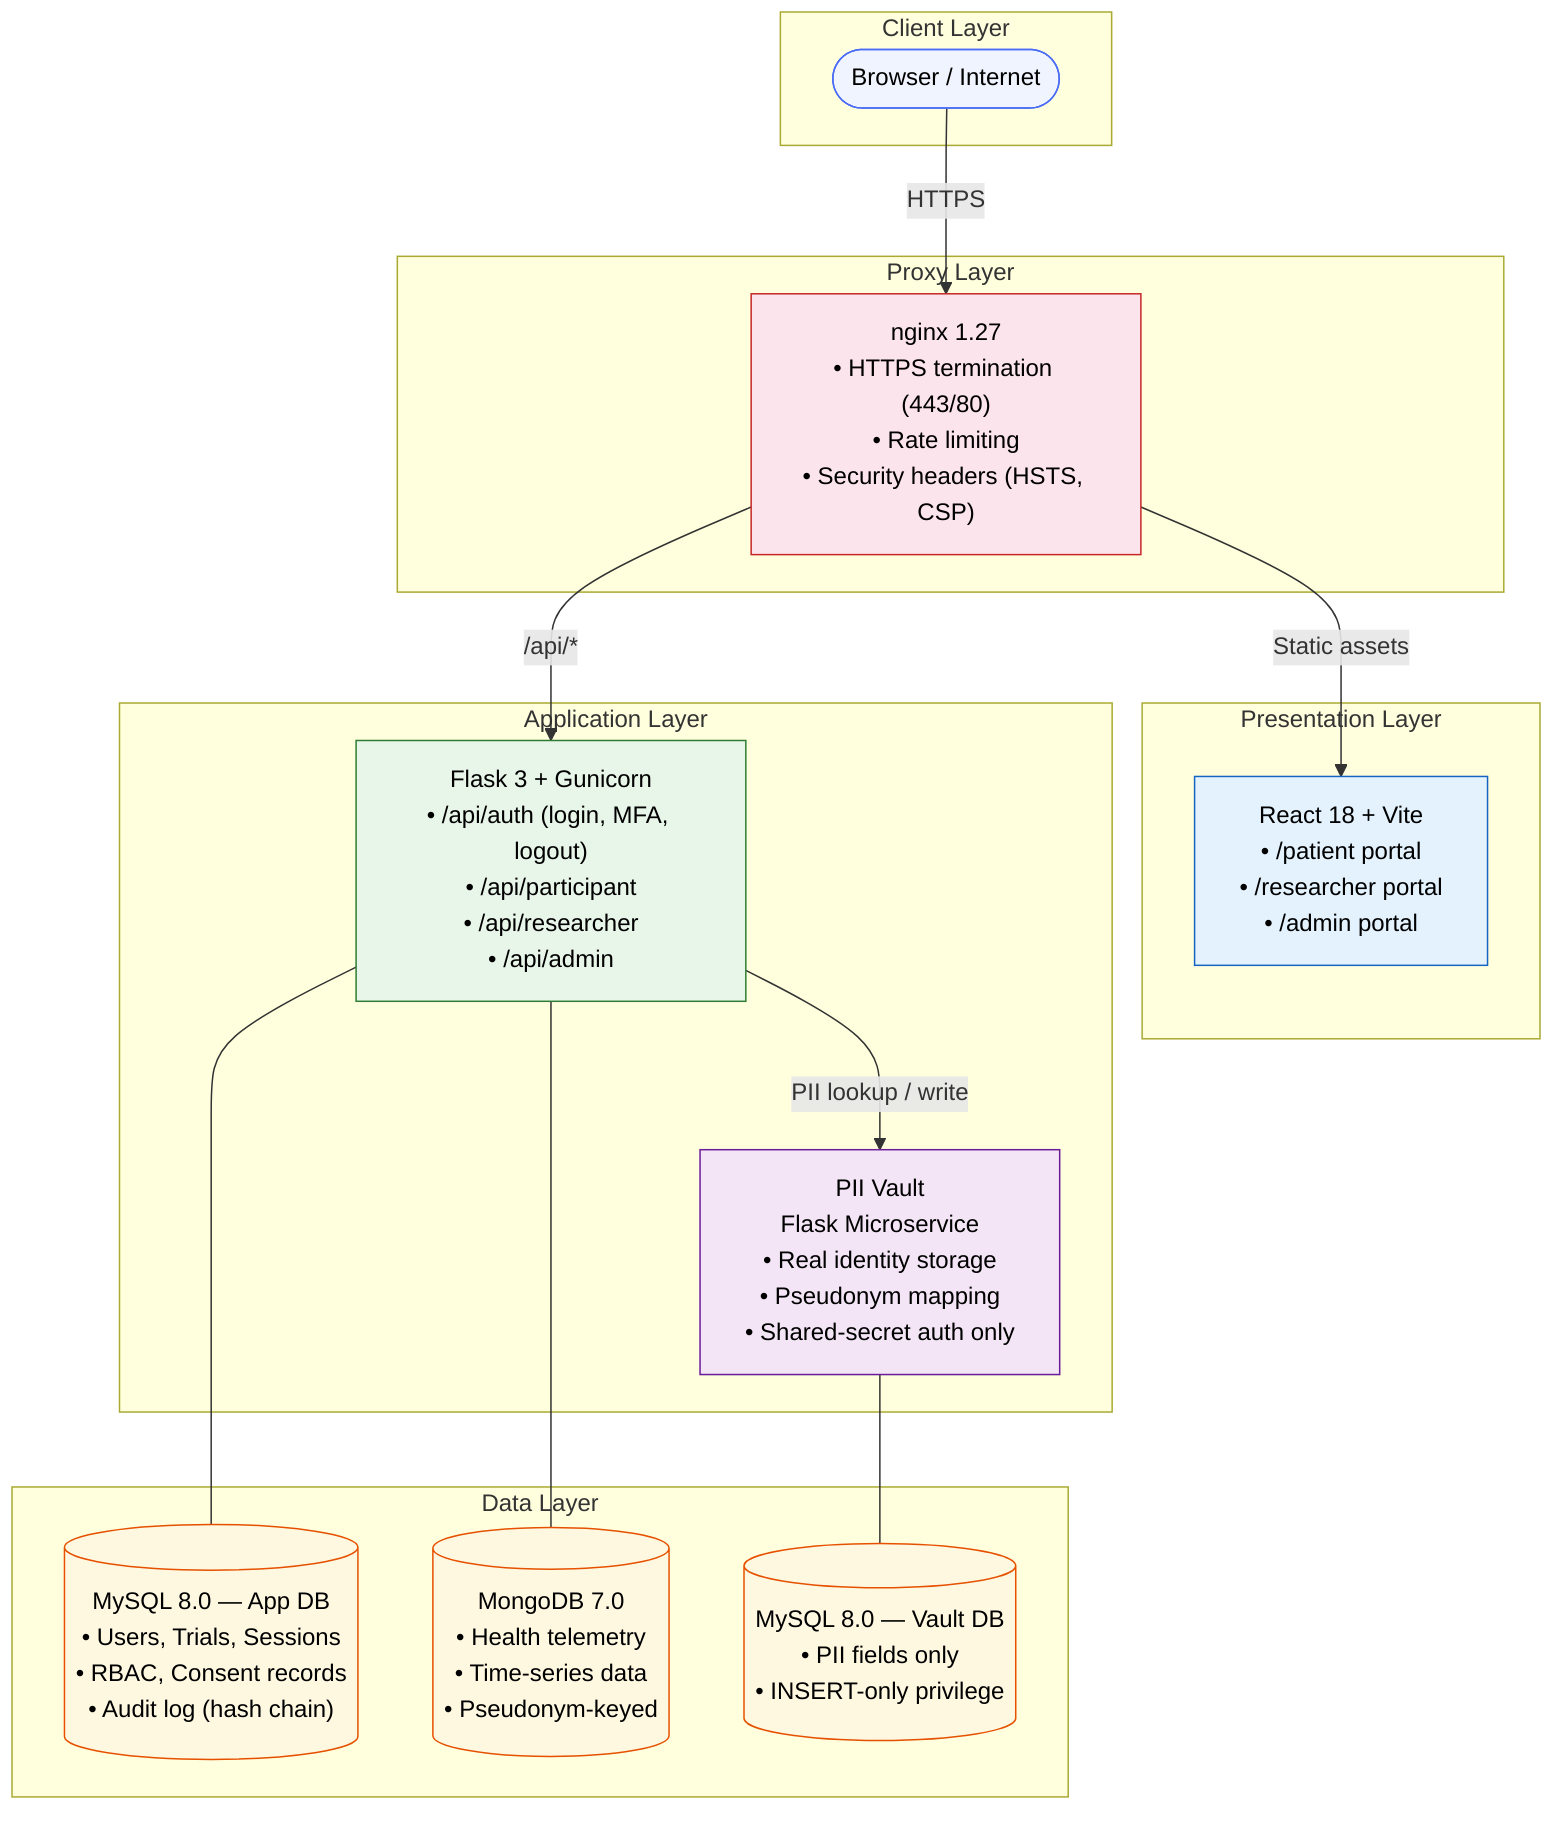
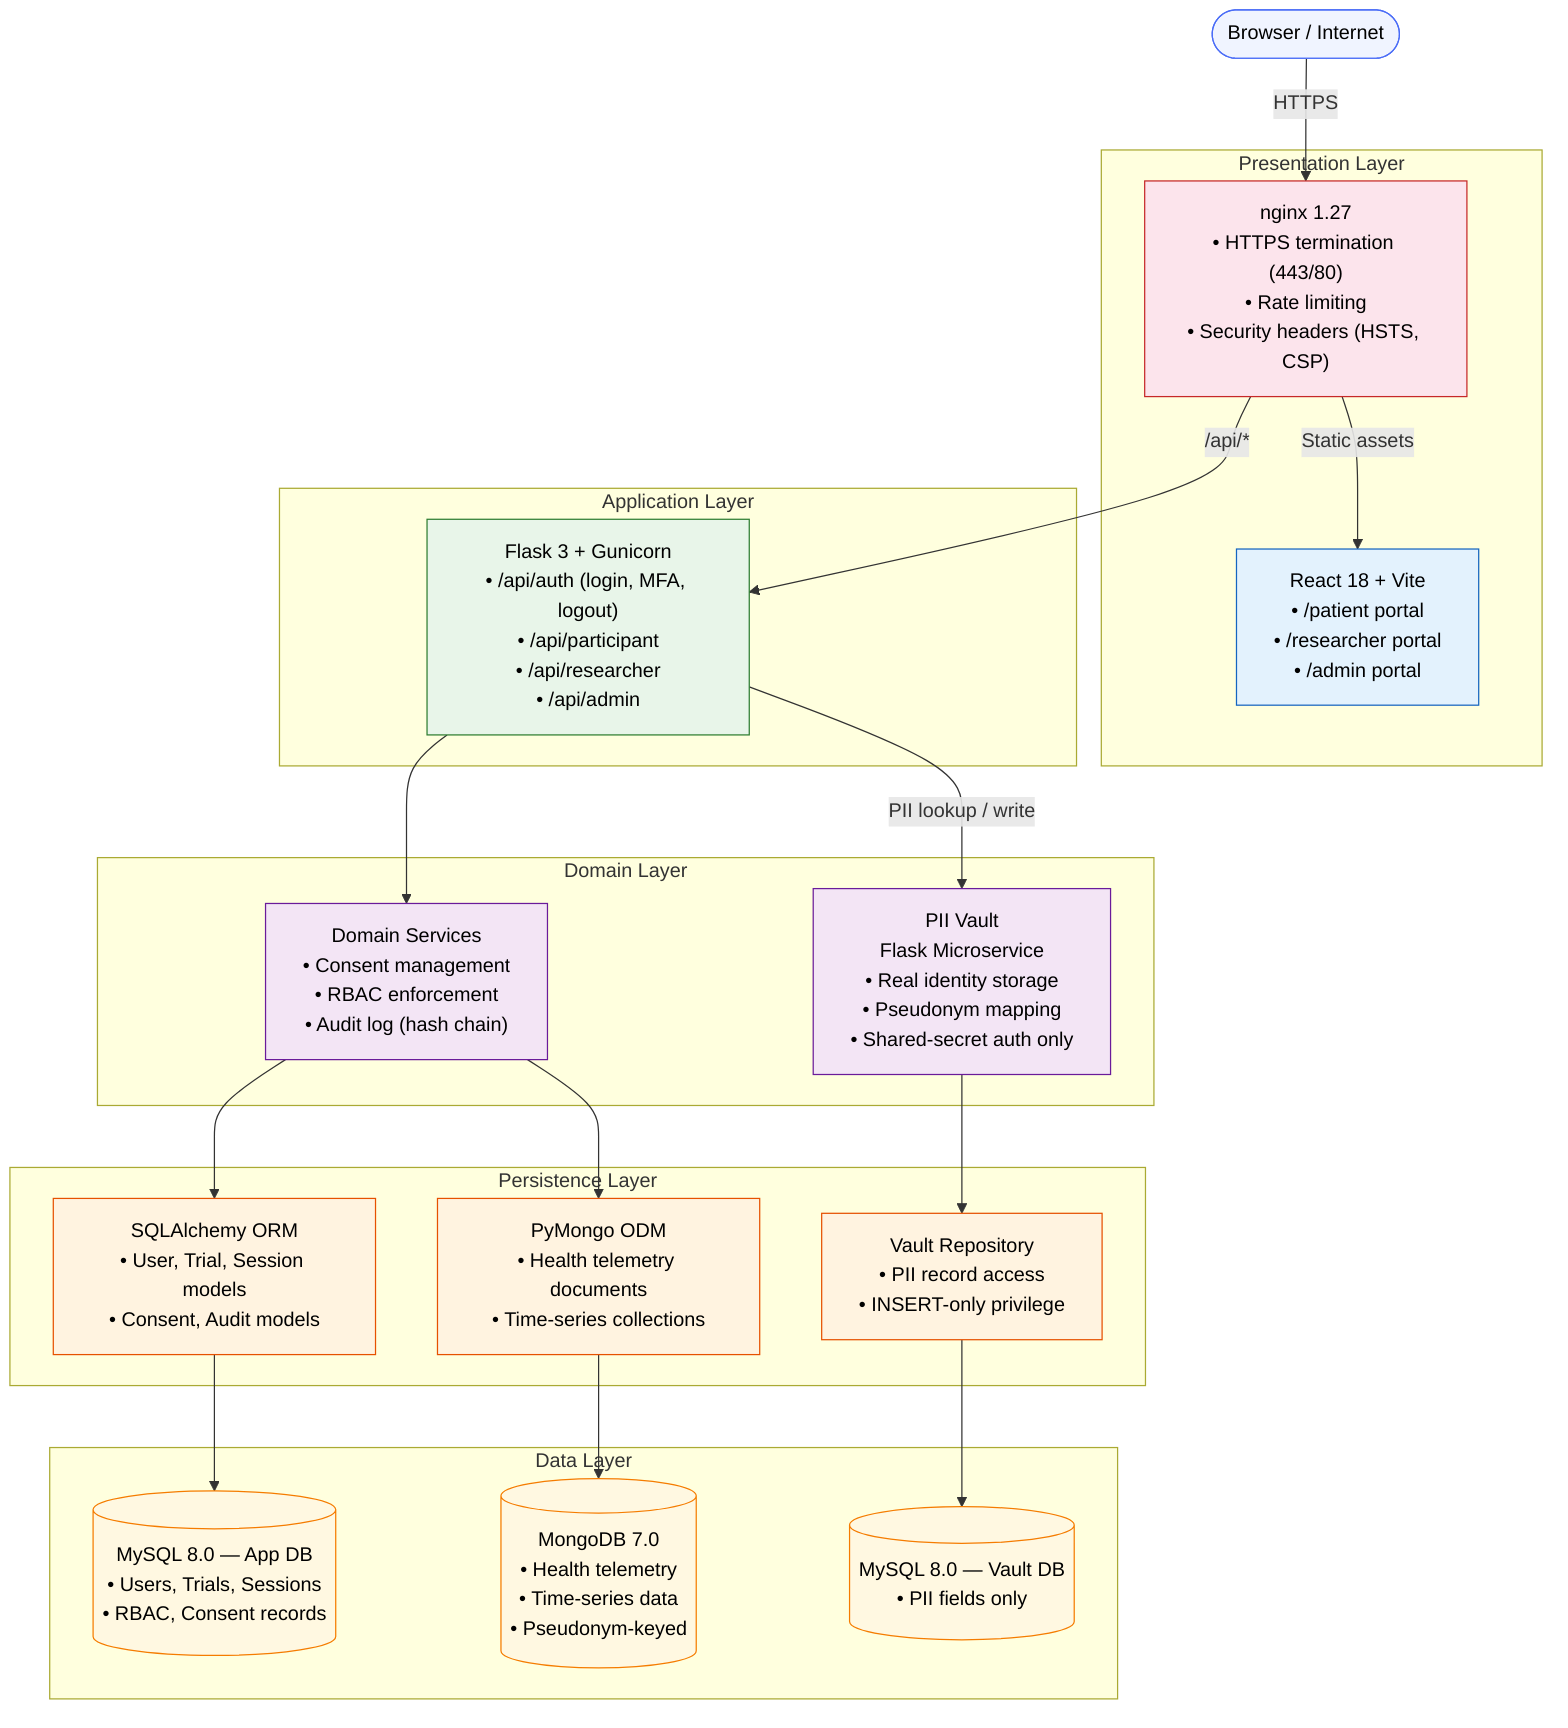
graph TB
-     subgraph L0["  Client Layer  "]
-         Internet(["Browser / Internet"])
-     end
+     Browser(["Browser / Internet"])

-     subgraph L1["  Proxy Layer  "]
+     subgraph L1["  Presentation Layer  "]
        nginx["nginx 1.27<br/>• HTTPS termination (443/80)<br/>• Rate limiting<br/>• Security headers (HSTS, CSP)"]
-     end
- 
-     subgraph L2["  Presentation Layer  "]
        frontend["React 18 + Vite<br/>• /patient portal<br/>• /researcher portal<br/>• /admin portal"]
    end

-     subgraph L3["  Application Layer  "]
+     subgraph L2["  Application Layer  "]
        backend["Flask 3 + Gunicorn<br/>• /api/auth (login, MFA, logout)<br/>• /api/participant<br/>• /api/researcher<br/>• /api/admin"]
-         pii_vault["PII Vault<br/>Flask Microservice<br/>• Real identity storage<br/>• Pseudonym mapping<br/>• Shared-secret auth only"]
    end

-     subgraph L4["  Data Layer  "]
-         mysql_main[("MySQL 8.0 — App DB<br/>• Users, Trials, Sessions<br/>• RBAC, Consent records<br/>• Audit log (hash chain)")]
-         mongodb[("MongoDB 7.0<br/>• Health telemetry<br/>• Time-series data<br/>• Pseudonym-keyed")]
-         mysql_vault[("MySQL 8.0 — Vault DB<br/>• PII fields only<br/>• INSERT-only privilege")]
+     subgraph L3["  Domain Layer  "]
+         pii_vault["PII Vault<br/>Flask Microservice<br/>• Real identity storage<br/>• Pseudonym mapping<br/>• Shared-secret auth only"]
+         services["Domain Services<br/>• Consent management<br/>• RBAC enforcement<br/>• Audit log (hash chain)"]
    end

-     Internet -->|"HTTPS"| nginx
+     subgraph L4["  Persistence Layer  "]
+         orm["SQLAlchemy ORM<br/>• User, Trial, Session models<br/>• Consent, Audit models"]
+         odm["PyMongo ODM<br/>• Health telemetry documents<br/>• Time-series collections"]
+         vault_repo["Vault Repository<br/>• PII record access<br/>• INSERT-only privilege"]
+     end
+ 
+     subgraph L5["  Data Layer  "]
+         mysql_main[("MySQL 8.0 — App DB<br/>• Users, Trials, Sessions<br/>• RBAC, Consent records")]
+         mongodb[("MongoDB 7.0<br/>• Health telemetry<br/>• Time-series data<br/>• Pseudonym-keyed")]
+         mysql_vault[("MySQL 8.0 — Vault DB<br/>• PII fields only")]
+     end
+ 
+     Browser -->|"HTTPS"| nginx
    nginx -->|"Static assets"| frontend
    nginx -->|"/api/*"| backend
+     backend --> services
    backend -->|"PII lookup / write"| pii_vault
-     backend --- mysql_main
-     backend --- mongodb
-     pii_vault --- mysql_vault
+     services --> orm
+     services --> odm
+     pii_vault --> vault_repo
+     orm --> mysql_main
+     odm --> mongodb
+     vault_repo --> mysql_vault

-     classDef layer fill:#f8f9fa,stroke:#dee2e6,color:#000
    classDef proxy fill:#fce4ec,stroke:#c62828,color:#000
    classDef fe fill:#e3f2fd,stroke:#1565c0,color:#000
    classDef be fill:#e8f5e9,stroke:#2e7d32,color:#000
-     classDef vault fill:#f3e5f5,stroke:#6a1b9a,color:#000
-     classDef db fill:#fff8e1,stroke:#e65100,color:#000
+     classDef domain fill:#f3e5f5,stroke:#6a1b9a,color:#000
+     classDef persist fill:#fff3e0,stroke:#e65100,color:#000
+     classDef db fill:#fff8e1,stroke:#f57c00,color:#000
    classDef client fill:#f0f4ff,stroke:#4a6cf7,color:#000

-     class Internet client
+     class Browser client
    class nginx proxy
    class frontend fe
    class backend be
-     class pii_vault vault
+     class pii_vault,services domain
+     class orm,odm,vault_repo persist
    class mysql_main,mongodb,mysql_vault db
